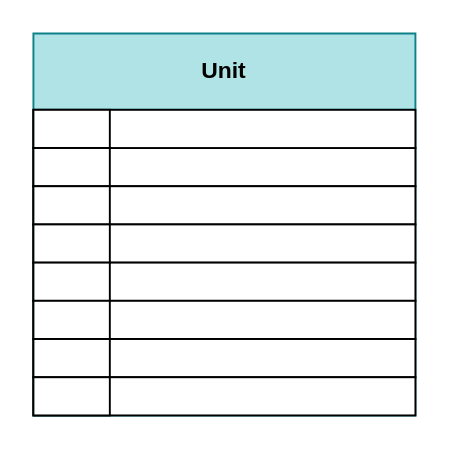
Before: genc_gelecek.drawio in melihkaragoz/docs, a draw.io diagram. Source tidied: cells renumbered, new cells numbered last; positions are measured from the earlier drawing's top-left corner, leaving out a move shared by most shapes. Both pictures are drawn from the tidied source at 191%, with x=0, y=0 at pixel (32, 32).
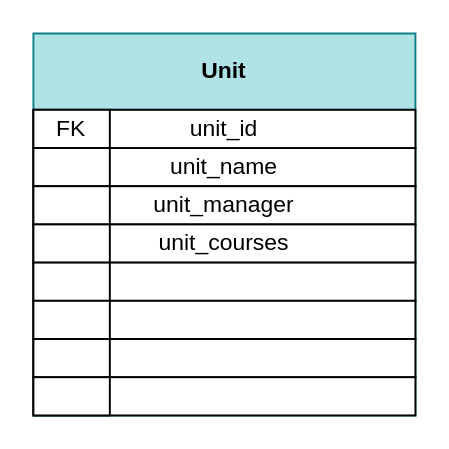
The same page after the edit.

Change to the diagram source:
```diff
@@
 <mxGraphModel>
   <root>
     <mxCell id="0" />
     <mxCell id="1" parent="0" />
     <mxCell id="2" value="Unit" style="swimlane;whiteSpace=wrap;html=1;fillColor=#b0e3e6;strokeColor=#0e8088;startSize=40;" parent="1" vertex="1">
       <mxGeometry width="200" height="200" as="geometry" />
     </mxCell>
-    <mxCell id="3" style="whiteSpace=wrap;html=1;" parent="2" vertex="1">
+    <mxCell id="3" value="unit_name" style="whiteSpace=wrap;html=1;" parent="2" vertex="1">
       <mxGeometry y="60" width="200" height="20" as="geometry" />
     </mxCell>
-    <mxCell id="4" style="whiteSpace=wrap;html=1;" parent="2" vertex="1">
+    <mxCell id="4" value="unit_id" style="whiteSpace=wrap;html=1;" parent="2" vertex="1">
       <mxGeometry y="40" width="200" height="20" as="geometry" />
     </mxCell>
-    <mxCell id="5" style="rounded=0;whiteSpace=wrap;html=1;" parent="2" vertex="1">
+    <mxCell id="5" value="FK" style="rounded=0;whiteSpace=wrap;html=1;" parent="2" vertex="1">
       <mxGeometry y="40" width="40" height="20" as="geometry" />
     </mxCell>
-    <mxCell id="6" style="whiteSpace=wrap;html=1;" parent="2" vertex="1">
+    <mxCell id="6" value="unit_manager" style="whiteSpace=wrap;html=1;" parent="2" vertex="1">
       <mxGeometry y="80" width="200" height="20" as="geometry" />
     </mxCell>
-    <mxCell id="7" style="whiteSpace=wrap;html=1;" parent="2" vertex="1">
+    <mxCell id="7" value="unit_courses" style="whiteSpace=wrap;html=1;" parent="2" vertex="1">
       <mxGeometry y="100" width="200" height="20" as="geometry" />
     </mxCell>
     <mxCell id="8" style="whiteSpace=wrap;html=1;" parent="2" vertex="1">
       <mxGeometry y="120" width="200" height="20" as="geometry" />
     </mxCell>
     <mxCell id="9" style="rounded=0;whiteSpace=wrap;html=1;" parent="2" vertex="1">
       <mxGeometry y="60" width="40" height="20" as="geometry" />
     </mxCell>
     <mxCell id="10" style="whiteSpace=wrap;html=1;" parent="2" vertex="1">
       <mxGeometry y="140" width="200" height="20" as="geometry" />
     </mxCell>
     <mxCell id="11" style="whiteSpace=wrap;html=1;" parent="2" vertex="1">
       <mxGeometry y="160" width="200" height="20" as="geometry" />
     </mxCell>
     <mxCell id="12" style="whiteSpace=wrap;html=1;" parent="2" vertex="1">
       <mxGeometry y="180" width="200" height="20" as="geometry" />
     </mxCell>
     <mxCell id="13" style="rounded=0;whiteSpace=wrap;html=1;" parent="2" vertex="1">
       <mxGeometry y="80" width="40" height="20" as="geometry" />
     </mxCell>
     <mxCell id="14" style="rounded=0;whiteSpace=wrap;html=1;" parent="2" vertex="1">
       <mxGeometry y="100" width="40" height="20" as="geometry" />
     </mxCell>
     <mxCell id="15" style="rounded=0;whiteSpace=wrap;html=1;" parent="2" vertex="1">
       <mxGeometry y="120" width="40" height="20" as="geometry" />
     </mxCell>
     <mxCell id="16" style="rounded=0;whiteSpace=wrap;html=1;" parent="2" vertex="1">
       <mxGeometry y="140" width="40" height="20" as="geometry" />
     </mxCell>
     <mxCell id="17" style="rounded=0;whiteSpace=wrap;html=1;" parent="2" vertex="1">
       <mxGeometry y="160" width="40" height="20" as="geometry" />
     </mxCell>
     <mxCell id="18" style="rounded=0;whiteSpace=wrap;html=1;" parent="2" vertex="1">
       <mxGeometry y="180" width="40" height="20" as="geometry" />
     </mxCell>
   </root>
 </mxGraphModel>
```
